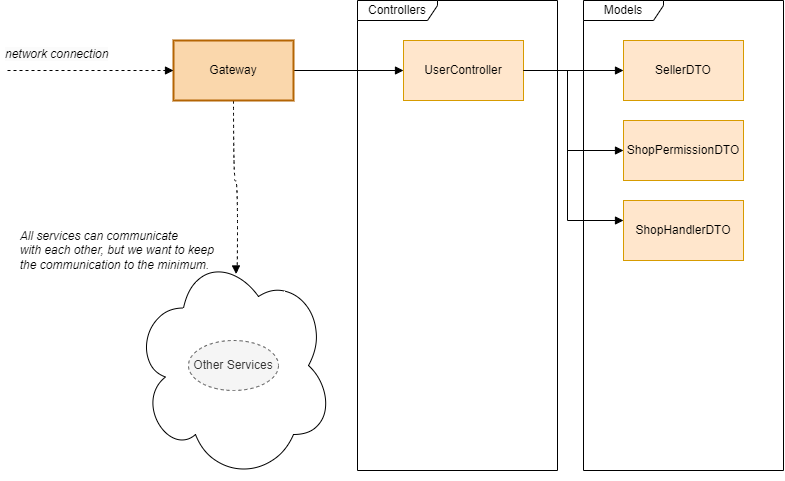
Above: docs/Diagrams/UserService_ClassDiagram.png in AlekseiTovkachev/shukersal-deal (draw.io), before the change. Source tidied: cells renumbered, new cells last; positions are measured from the earlier drawing's top-left corner, leaving out a move shared by most shapes.
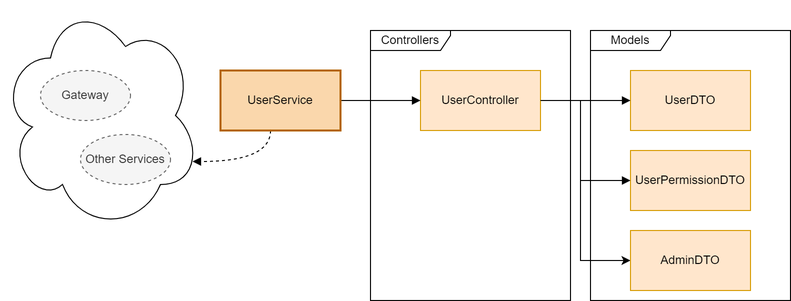
After the change.

The edit, as a diff of the source:
```diff
@@ -1,79 +1,68 @@
 <mxGraphModel>
   <root>
-    <mxCell id="0" />
-    <mxCell id="1" parent="0" />
-    <mxCell id="2" style="edgeStyle=orthogonalEdgeStyle;rounded=0;jettySize=auto;html=1;dashed=1;curved=1;endArrow=block;endFill=1;entryX=0.513;entryY=0.102;entryDx=0;entryDy=0;entryPerimeter=0;" parent="1" edge="1" source="15" target="3">
-      <mxGeometry relative="1" as="geometry">
-        <Array as="points">
-          <mxPoint x="230" y="180" />
-          <mxPoint x="234" y="180" />
-          <mxPoint x="234" y="271" />
-          <mxPoint x="233" y="271" />
-        </Array>
-      </mxGeometry>
-    </mxCell>
-    <mxCell id="3" style="ellipse;shape=cloud;whiteSpace=wrap;html=1;" parent="1" vertex="1">
-      <mxGeometry x="130" y="250" width="200" height="230" as="geometry" />
-    </mxCell>
-    <mxCell id="4" value="SellerDTO" style="html=1;whiteSpace=wrap;fillColor=#ffe6cc;strokeColor=#d79b00;" parent="1" vertex="1">
-      <mxGeometry x="620" y="40" width="120" height="60" as="geometry" />
-    </mxCell>
-    <mxCell id="5" value="ShopPermissionDTO" style="html=1;whiteSpace=wrap;fillColor=#ffe6cc;strokeColor=#d79b00;" parent="1" vertex="1">
-      <mxGeometry x="620" y="120" width="120" height="60" as="geometry" />
-    </mxCell>
-    <mxCell id="6" value="ShopHandlerDTO" style="html=1;whiteSpace=wrap;fillColor=#ffe6cc;strokeColor=#d79b00;" parent="1" vertex="1">
-      <mxGeometry x="620" y="200" width="120" height="60" as="geometry" />
-    </mxCell>
+    <mxCell id="19" />
+    <mxCell id="20" parent="19" />
+    <mxCell id="21" style="edgeStyle=orthogonalEdgeStyle;rounded=0;jettySize=auto;html=1;dashed=1;curved=1;endArrow=block;endFill=1;entryX=0.96;entryY=0.7;entryDx=0;entryDy=0;entryPerimeter=0;" parent="20" edge="1" source="28" target="30">
+      <mxGeometry relative="1" as="geometry">
+        <Array as="points">
+          <mxPoint x="-586" y="161" />
+        </Array>
+      </mxGeometry>
+    </mxCell>
+    <mxCell id="22" value="UserDTO" style="html=1;whiteSpace=wrap;fillColor=#ffe6cc;strokeColor=#d79b00;" parent="20" vertex="1">
+      <mxGeometry x="-226" y="70" width="120" height="60" as="geometry" />
+    </mxCell>
+    <mxCell id="23" value="UserPermissionDTO" style="html=1;whiteSpace=wrap;fillColor=#ffe6cc;strokeColor=#d79b00;" parent="20" vertex="1">
+      <mxGeometry x="-226" y="150" width="120" height="60" as="geometry" />
+    </mxCell>
-    <mxCell id="7" value="Models" style="shape=umlFrame;whiteSpace=wrap;html=1;width=80;height=20;" parent="1" vertex="1">
-      <mxGeometry x="580" width="200" height="470" as="geometry" />
+    <mxCell id="7" value="Models" style="shape=umlFrame;whiteSpace=wrap;html=1;width=80;height=20;" parent="20" vertex="1">
+      <mxGeometry x="-266" y="30" width="200" height="270" as="geometry" />
     </mxCell>
-    <mxCell id="8" value="Controllers" style="shape=umlFrame;whiteSpace=wrap;html=1;width=80;height=20;" parent="1" vertex="1">
-      <mxGeometry x="354" width="200" height="470" as="geometry" />
+    <mxCell id="8" value="Controllers" style="shape=umlFrame;whiteSpace=wrap;html=1;width=80;height=20;" parent="20" vertex="1">
+      <mxGeometry x="-486" y="30" width="200" height="270" as="geometry" />
     </mxCell>
-    <mxCell id="9" style="edgeStyle=orthogonalEdgeStyle;rounded=0;jettySize=auto;html=1;endArrow=block;endFill=1;" parent="1" edge="1" source="10" target="4">
-      <mxGeometry relative="1" as="geometry" />
-    </mxCell>
+    <mxCell id="24" style="edgeStyle=orthogonalEdgeStyle;rounded=0;jettySize=auto;html=1;endArrow=block;endFill=1;" parent="20" edge="1" source="10" target="22">
+      <mxGeometry relative="1" as="geometry" />
+    </mxCell>
+    <mxCell id="25" style="edgeStyle=orthogonalEdgeStyle;rounded=0;jettySize=auto;html=1;" parent="20" edge="1" source="10" target="31">
+      <mxGeometry relative="1" as="geometry">
+        <Array as="points">
+          <mxPoint x="-276" y="100" />
+          <mxPoint x="-276" y="260" />
+        </Array>
+      </mxGeometry>
+    </mxCell>
-    <mxCell id="10" value="UserController" style="html=1;whiteSpace=wrap;fillColor=#ffe6cc;strokeColor=#d79b00;" parent="1" vertex="1">
-      <mxGeometry x="400" y="40" width="120" height="60" as="geometry" />
+    <mxCell id="10" value="UserController" style="html=1;whiteSpace=wrap;fillColor=#ffe6cc;strokeColor=#d79b00;" parent="20" vertex="1">
+      <mxGeometry x="-436" y="70" width="120" height="60" as="geometry" />
     </mxCell>
-    <mxCell id="11" style="edgeStyle=orthogonalEdgeStyle;rounded=0;jettySize=auto;html=1;endArrow=block;endFill=1;exitX=1;exitY=0.5;exitDx=0;exitDy=0;" parent="1" edge="1" source="10" target="6">
-      <mxGeometry relative="1" as="geometry">
-        <Array as="points">
-          <mxPoint x="564" y="70" />
-          <mxPoint x="564" y="220" />
-        </Array>
-      </mxGeometry>
-    </mxCell>
-    <mxCell id="12" style="edgeStyle=orthogonalEdgeStyle;rounded=0;jettySize=auto;html=1;endArrow=block;endFill=1;exitX=1;exitY=0.5;exitDx=0;exitDy=0;" parent="1" edge="1" source="10" target="5">
-      <mxGeometry relative="1" as="geometry">
-        <Array as="points">
-          <mxPoint x="564" y="70" />
-          <mxPoint x="564" y="150" />
-        </Array>
-      </mxGeometry>
-    </mxCell>
+    <mxCell id="26" style="edgeStyle=orthogonalEdgeStyle;rounded=0;jettySize=auto;html=1;endArrow=block;endFill=1;exitX=1;exitY=0.5;exitDx=0;exitDy=0;" parent="20" edge="1" source="10" target="23">
+      <mxGeometry relative="1" as="geometry">
+        <Array as="points">
+          <mxPoint x="-276" y="100" />
+          <mxPoint x="-276" y="180" />
+        </Array>
+      </mxGeometry>
+    </mxCell>
+    <mxCell id="27" style="edgeStyle=orthogonalEdgeStyle;rounded=0;jettySize=auto;html=1;endArrow=block;endFill=1;" parent="20" edge="1" source="28" target="10">
+      <mxGeometry relative="1" as="geometry" />
+    </mxCell>
+    <mxCell id="28" value="UserService" style="html=1;whiteSpace=wrap;fillColor=#fad7ac;strokeColor=#b46504;strokeWidth=2;" parent="20" vertex="1">
+      <mxGeometry x="-636" y="70" width="120" height="60" as="geometry" />
+    </mxCell>
+    <mxCell id="29" style="group;" parent="20" vertex="1">
+      <mxGeometry x="-856" width="200" height="230" as="geometry" />
+    </mxCell>
+    <mxCell id="30" style="ellipse;shape=cloud;whiteSpace=wrap;html=1;" parent="29" vertex="1">
+      <mxGeometry width="200" height="230" as="geometry" />
+    </mxCell>
-    <mxCell id="13" value="Other Services" style="ellipse;whiteSpace=wrap;html=1;dashed=1;fillColor=#f5f5f5;fontColor=#333333;strokeColor=#666666;" parent="1" vertex="1">
-      <mxGeometry x="185" y="340" width="90" height="50" as="geometry" />
+    <mxCell id="13" value="Other Services" style="ellipse;whiteSpace=wrap;html=1;dashed=1;fillColor=#f5f5f5;fontColor=#333333;strokeColor=#666666;" parent="29" vertex="1">
+      <mxGeometry x="80" y="134" width="90" height="50" as="geometry" />
     </mxCell>
-    <mxCell id="14" style="edgeStyle=orthogonalEdgeStyle;rounded=0;jettySize=auto;html=1;endArrow=block;endFill=1;" parent="1" edge="1" source="15" target="10">
-      <mxGeometry relative="1" as="geometry" />
-    </mxCell>
-    <mxCell id="15" value="Gateway" style="html=1;whiteSpace=wrap;fillColor=#fad7ac;strokeColor=#b46504;strokeWidth=2;" parent="1" vertex="1">
-      <mxGeometry x="170" y="40" width="120" height="60" as="geometry" />
+    <mxCell id="15" value="Gateway" style="ellipse;whiteSpace=wrap;html=1;dashed=1;fillColor=#f5f5f5;fontColor=#333333;strokeColor=#666666;" parent="29" vertex="1">
+      <mxGeometry x="40" y="70" width="90" height="50" as="geometry" />
     </mxCell>
-    <mxCell id="16" value="&lt;div style=&quot;text-align: justify;&quot;&gt;&lt;span style=&quot;background-color: initial;&quot;&gt;All services can communicate&amp;nbsp;&lt;/span&gt;&lt;/div&gt;&lt;div style=&quot;text-align: justify;&quot;&gt;&lt;span style=&quot;background-color: initial;&quot;&gt;with each other,&amp;nbsp;&lt;/span&gt;&lt;span style=&quot;background-color: initial;&quot;&gt;but we want to keep&amp;nbsp;&lt;/span&gt;&lt;/div&gt;&lt;div style=&quot;text-align: justify;&quot;&gt;&lt;span style=&quot;background-color: initial;&quot;&gt;the communication to the minimum.&lt;/span&gt;&lt;/div&gt;" style="text;html=1;align=center;verticalAlign=middle;strokeColor=none;fillColor=none;fontStyle=2;" parent="1" vertex="1">
-      <mxGeometry x="5" y="220" width="220" height="60" as="geometry" />
-    </mxCell>
-    <mxCell id="17" style="edgeStyle=orthogonalEdgeStyle;rounded=0;jettySize=auto;html=1;dashed=1;endArrow=block;endFill=1;entryX=0;entryY=0.5;entryDx=0;entryDy=0;" parent="1" edge="1" target="15">
-      <mxGeometry relative="1" as="geometry">
-        <mxPoint x="4" y="70" as="sourcePoint" />
-        <Array as="points">
-          <mxPoint x="4" y="70" />
-        </Array>
-      </mxGeometry>
-    </mxCell>
-    <mxCell id="18" value="&lt;div style=&quot;border-color: var(--border-color); color: rgb(0, 0, 0); font-family: Helvetica; font-size: 12px; font-style: italic; font-variant-ligatures: normal; font-variant-caps: normal; font-weight: 400; letter-spacing: normal; orphans: 2; text-indent: 0px; text-transform: none; widows: 2; word-spacing: 0px; -webkit-text-stroke-width: 0px; background-color: rgb(251, 251, 251); text-decoration-thickness: initial; text-decoration-style: initial; text-decoration-color: initial; text-align: justify;&quot;&gt;network connection&lt;/div&gt;" style="text;whiteSpace=wrap;html=1;" parent="1" vertex="1">
-      <mxGeometry y="40" width="230" height="70" as="geometry" />
-    </mxCell>
+    <mxCell id="31" value="AdminDTO" style="html=1;whiteSpace=wrap;fillColor=#ffe6cc;strokeColor=#d79b00;" parent="20" vertex="1">
+      <mxGeometry x="-226" y="230" width="120" height="60" as="geometry" />
+    </mxCell>
   </root>
 </mxGraphModel>
```
